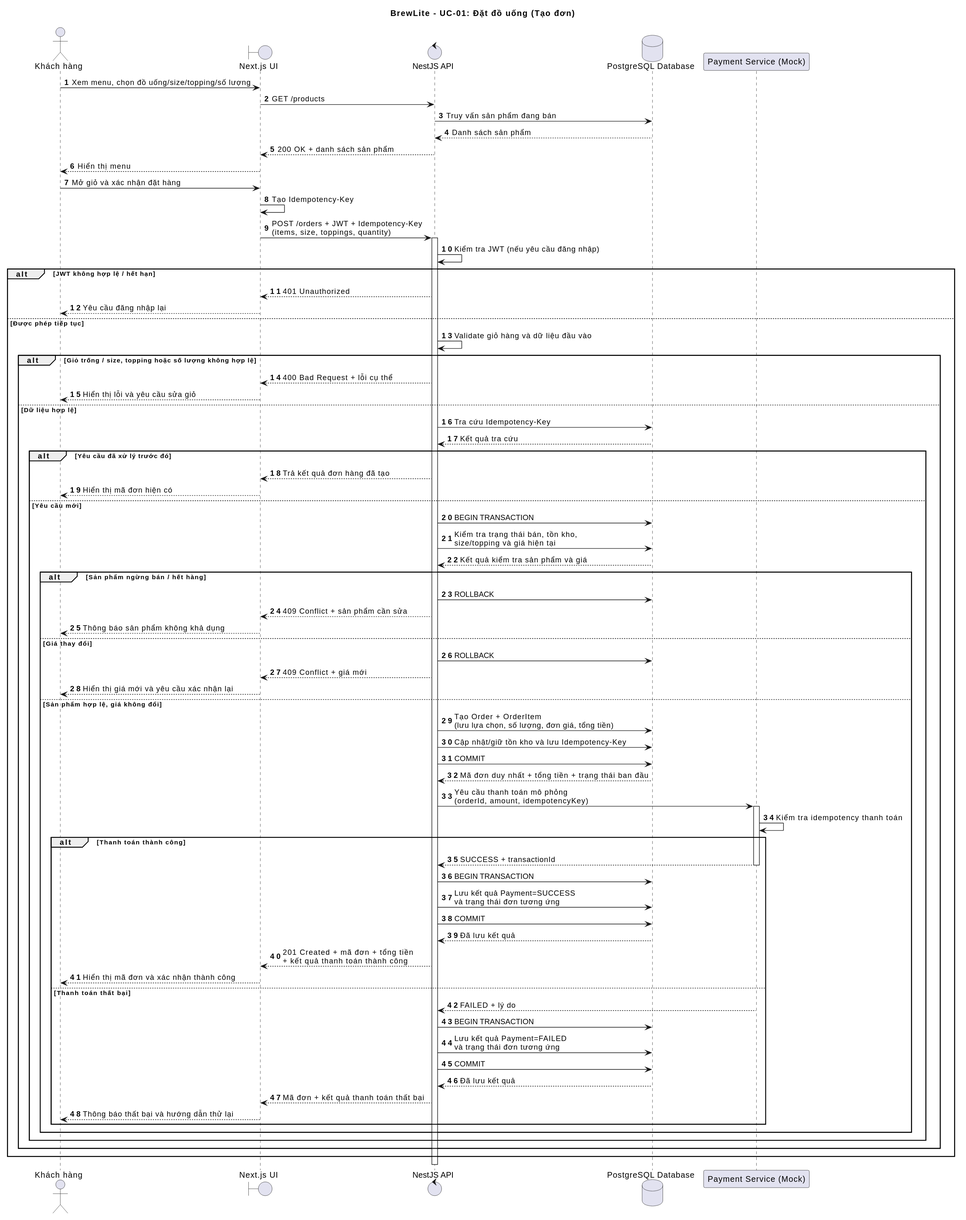
Above: docs/diagram/SequenceDiagram.svg in vohuunghiaah/brewlite (PlantUML), before the change.
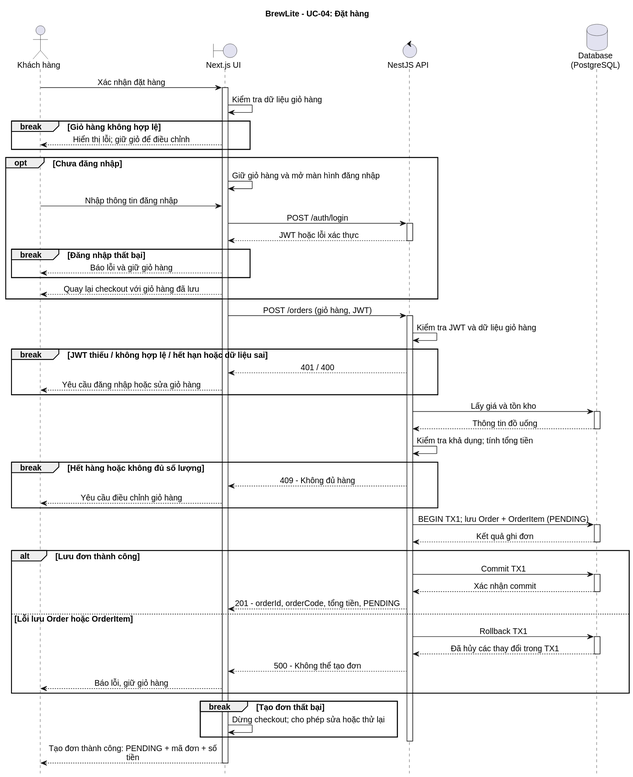
After the change.

The edit, as a diff of the source:
```diff
@@ -1,81 +1,73 @@
 @startuml
-title BrewLite - UC-01: Đặt đồ uống (Tạo đơn)
-autonumber
-actor "Khách hàng" as Customer
+title BrewLite - UC-04: Đặt hàng
+hide footbox
+skinparam defaultFontName Arial
+skinparam defaultFontSize 14
+skinparam shadowing false
+skinparam backgroundColor white
+skinparam sequenceMessageAlign center
+skinparam ParticipantPadding 25
+skinparam maxMessageSize 310
+actor "Khách hàng" as C
 boundary "Next.js UI" as UI
 control "NestJS API" as API
-database "PostgreSQL Database" as DB
-participant "Payment Service (Mock)" as Pay
-
-Customer -> UI: Xem menu, chọn đồ uống/size/topping/số lượng
-UI -> API: GET /products
-API -> DB: Truy vấn sản phẩm đang bán
-DB --> API: Danh sách sản phẩm
-API --> UI: 200 OK + danh sách sản phẩm
-UI --> Customer: Hiển thị menu
-
-Customer -> UI: Mở giỏ và xác nhận đặt hàng
-UI -> UI: Tạo Idempotency-Key
-UI -> API: POST /orders + JWT + Idempotency-Key\n(items, size, toppings, quantity)
+database "Database\n(PostgreSQL)" as DB
+C -> UI: Xác nhận đặt hàng
+activate UI
+UI -> UI: Kiểm tra dữ liệu giỏ hàng
+break Giỏ hàng không hợp lệ
+  UI --> C: Hiển thị lỗi; giữ giỏ để điều chỉnh
+end
+opt Chưa đăng nhập
+  UI -> UI: Giữ giỏ hàng và mở màn hình đăng nhập
+  C -> UI: Nhập thông tin đăng nhập
+  UI -> API: POST /auth/login
+  activate API
+  API --> UI: JWT hoặc lỗi xác thực
+  deactivate API
+  break Đăng nhập thất bại
+    UI --> C: Báo lỗi và giữ giỏ hàng
+  end
+  UI --> C: Quay lại checkout với giỏ hàng đã lưu
+end
+UI -> API: POST /orders (giỏ hàng, JWT)
 activate API
-
-API -> API: Kiểm tra JWT (nếu yêu cầu đăng nhập)
-alt JWT không hợp lệ / hết hạn
-  API --> UI: 401 Unauthorized
-  UI --> Customer: Yêu cầu đăng nhập lại
-else Được phép tiếp tục
-  API -> API: Validate giỏ hàng và dữ liệu đầu vào
-  alt Giỏ trống / size, topping hoặc số lượng không hợp lệ
-    API --> UI: 400 Bad Request + lỗi cụ thể
-    UI --> Customer: Hiển thị lỗi và yêu cầu sửa giỏ
-  else Dữ liệu hợp lệ
-    API -> DB: Tra cứu Idempotency-Key
-    DB --> API: Kết quả tra cứu
-    alt Yêu cầu đã xử lý trước đó
-      API --> UI: Trả kết quả đơn hàng đã tạo
-      UI --> Customer: Hiển thị mã đơn hiện có
-    else Yêu cầu mới
-      API -> DB: BEGIN TRANSACTION
-      API -> DB: Kiểm tra trạng thái bán, tồn kho,\nsize/topping và giá hiện tại
-      DB --> API: Kết quả kiểm tra sản phẩm và giá
-      alt Sản phẩm ngừng bán / hết hàng
-        API -> DB: ROLLBACK
-        API --> UI: 409 Conflict + sản phẩm cần sửa
-        UI --> Customer: Thông báo sản phẩm không khả dụng
-      else Giá thay đổi
-        API -> DB: ROLLBACK
-        API --> UI: 409 Conflict + giá mới
-        UI --> Customer: Hiển thị giá mới và yêu cầu xác nhận lại
-      else Sản phẩm hợp lệ, giá không đổi
-        API -> DB: Tạo Order + OrderItem\n(lưu lựa chọn, số lượng, đơn giá, tổng tiền)
-        API -> DB: Cập nhật/giữ tồn kho và lưu Idempotency-Key
-        API -> DB: COMMIT
-        DB --> API: Mã đơn duy nhất + tổng tiền + trạng thái ban đầu
-        API -> Pay: Yêu cầu thanh toán mô phỏng\n(orderId, amount, idempotencyKey)
-        activate Pay
-        Pay -> Pay: Kiểm tra idempotency thanh toán
-        alt Thanh toán thành công
-          Pay --> API: SUCCESS + transactionId
-          deactivate Pay
-          API -> DB: BEGIN TRANSACTION
-          API -> DB: Lưu kết quả Payment=SUCCESS\nvà trạng thái đơn tương ứng
-          API -> DB: COMMIT
-          DB --> API: Đã lưu kết quả
-          API --> UI: 201 Created + mã đơn + tổng tiền\n+ kết quả thanh toán thành công
-          UI --> Customer: Hiển thị mã đơn và xác nhận thành công
-        else Thanh toán thất bại
-          Pay --> API: FAILED + lý do
-          deactivate Pay
-          API -> DB: BEGIN TRANSACTION
-          API -> DB: Lưu kết quả Payment=FAILED\nvà trạng thái đơn tương ứng
-          API -> DB: COMMIT
-          DB --> API: Đã lưu kết quả
-          API --> UI: Mã đơn + kết quả thanh toán thất bại
-          UI --> Customer: Thông báo thất bại và hướng dẫn thử lại
-        end
-      end
-    end
-  end
+API -> API: Kiểm tra JWT và dữ liệu giỏ hàng
+break JWT thiếu / không hợp lệ / hết hạn hoặc dữ liệu sai
+  API --> UI: 401 / 400
+  UI --> C: Yêu cầu đăng nhập hoặc sửa giỏ hàng
+end
+API -> DB: Lấy giá và tồn kho
+activate DB
+DB --> API: Thông tin đồ uống
+deactivate DB
+API -> API: Kiểm tra khả dụng; tính tổng tiền
+break Hết hàng hoặc không đủ số lượng
+  API --> UI: 409 - Không đủ hàng
+  UI --> C: Yêu cầu điều chỉnh giỏ hàng
+end
+API -> DB: BEGIN TX1; lưu Order + OrderItem (PENDING)
+activate DB
+DB --> API: Kết quả ghi đơn
+deactivate DB
+alt Lưu đơn thành công
+  API -> DB: Commit TX1
+  activate DB
+  DB --> API: Xác nhận commit
+  deactivate DB
+  API --> UI: 201 - orderId, orderCode, tổng tiền, PENDING
+else Lỗi lưu Order hoặc OrderItem
+  API -> DB: Rollback TX1
+  activate DB
+  DB --> API: Đã hủy các thay đổi trong TX1
+  deactivate DB
+  API --> UI: 500 - Không thể tạo đơn
+  UI --> C: Báo lỗi, giữ giỏ hàng
+end
+break Tạo đơn thất bại
+  UI -> UI: Dừng checkout; cho phép sửa hoặc thử lại
 end
 deactivate API
+UI --> C: Tạo đơn thành công: PENDING + mã đơn + số tiền
+deactivate UI
 @enduml
```
